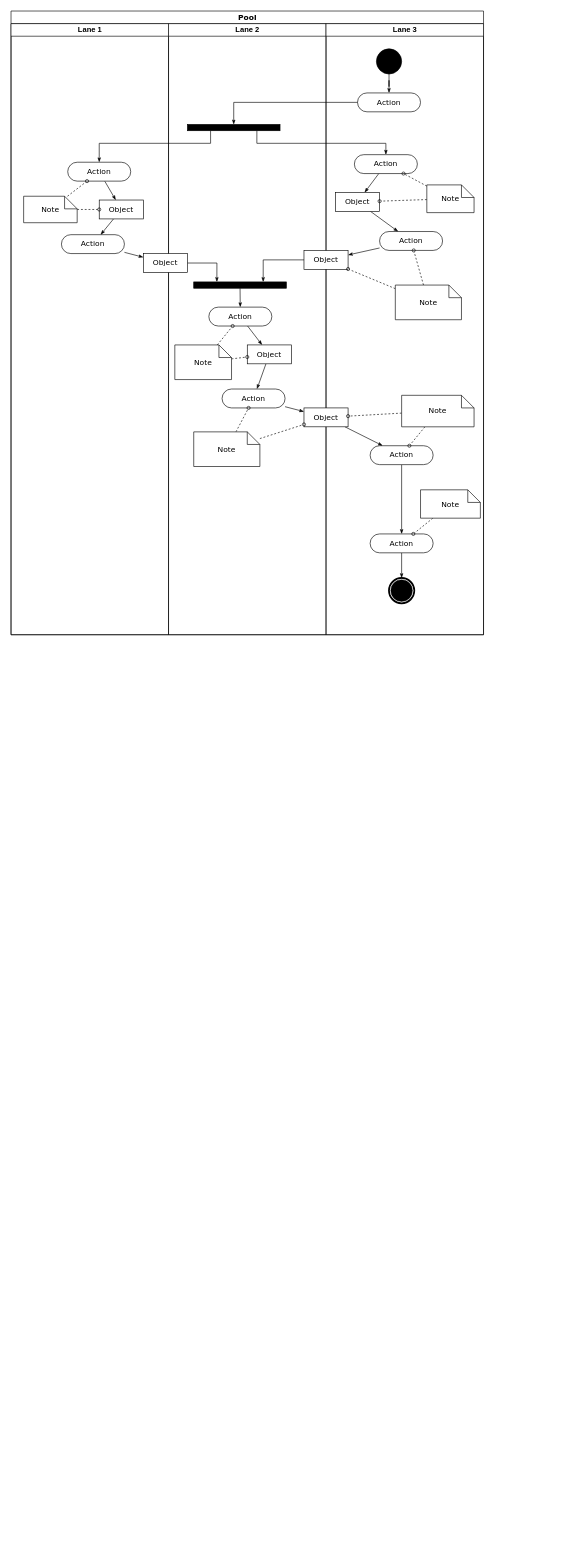
Above: resources/tj1.drawio in gxhslcww/scala (draw.io), before the change. Source tidied: cells renumbered, new cells numbered last; positions are measured from the earlier drawing's top-left corner, leaving out a move shared by most shapes. Both pictures are drawn from the tidied source at 63%, with x=0, y=0 at pixel (11, 11).
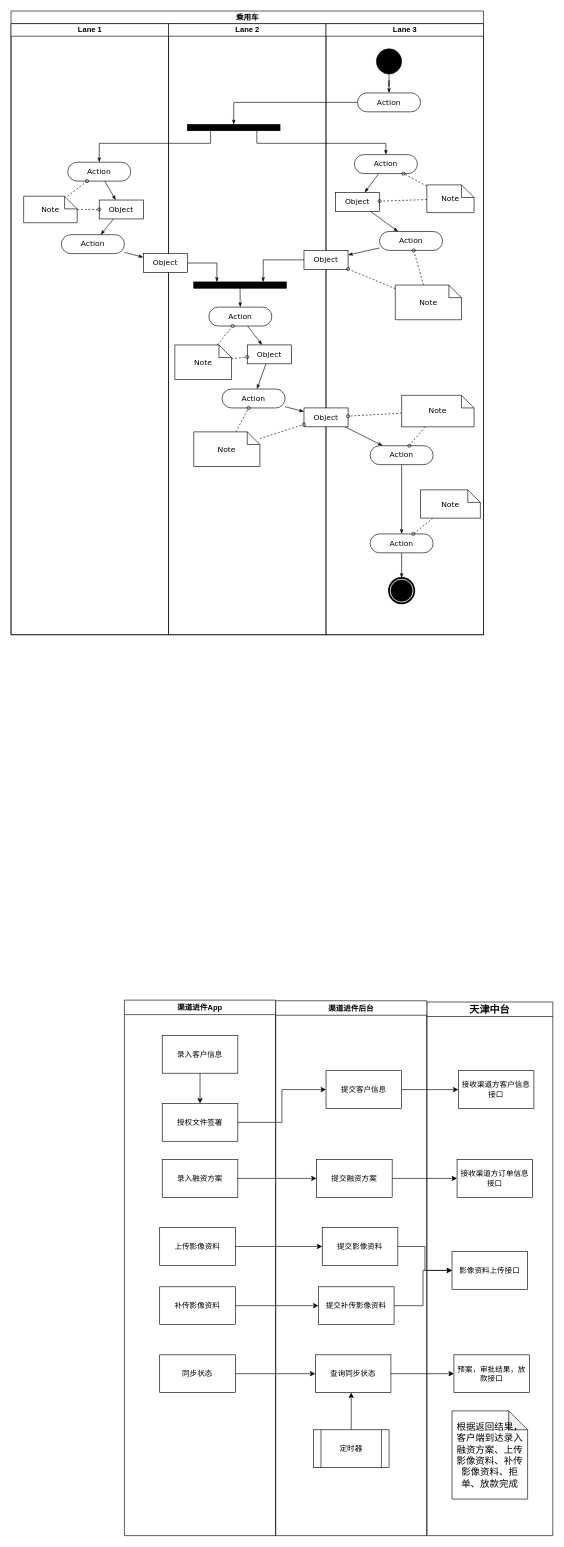
The same page after the edit.

The edit, as a diff of the source:
```diff
@@
-    <mxCell id="2" value="Pool" style="swimlane;html=1;startSize=20;rounded=0;shadow=0;comic=0;labelBackgroundColor=none;strokeWidth=1;fontFamily=Verdana;fontSize=12;align=center;" parent="1" vertex="1">
+    <mxCell id="2" value="乘用车" style="swimlane;html=1;startSize=20;rounded=0;shadow=0;comic=0;labelBackgroundColor=none;strokeWidth=1;fontFamily=Verdana;fontSize=12;align=center;" parent="1" vertex="1">
       <mxGeometry width="750" height="990" as="geometry" />
     </mxCell>
@@
+    <mxCell id="64" value="渠道进件App" style="swimlane;" parent="1" vertex="1">
+      <mxGeometry x="180" y="1570" width="240" height="850" as="geometry" />
+    </mxCell>
+    <mxCell id="65" style="edgeStyle=orthogonalEdgeStyle;rounded=0;jettySize=auto;html=1;" parent="64" edge="1" source="66" target="67">
+      <mxGeometry relative="1" as="geometry" />
+    </mxCell>
+    <mxCell id="66" value="录入客户信息" style="rounded=0;whiteSpace=wrap;html=1;" parent="64" vertex="1">
+      <mxGeometry x="60" y="56" width="120" height="60" as="geometry" />
+    </mxCell>
+    <mxCell id="67" value="授权文件签署" style="rounded=0;whiteSpace=wrap;html=1;" parent="64" vertex="1">
+      <mxGeometry x="60" y="164" width="120" height="60" as="geometry" />
+    </mxCell>
+    <mxCell id="68" value="同步状态" style="rounded=0;whiteSpace=wrap;html=1;" parent="64" vertex="1">
+      <mxGeometry x="56" y="563" width="120" height="60" as="geometry" />
+    </mxCell>
+    <mxCell id="69" value="录入融资方案" style="rounded=0;whiteSpace=wrap;html=1;" parent="64" vertex="1">
+      <mxGeometry x="60" y="253" width="120" height="60" as="geometry" />
+    </mxCell>
+    <mxCell id="70" value="上传影像资料" style="rounded=0;whiteSpace=wrap;html=1;" parent="64" vertex="1">
+      <mxGeometry x="56" y="361" width="120" height="60" as="geometry" />
+    </mxCell>
+    <mxCell id="71" value="补传影像资料" style="rounded=0;whiteSpace=wrap;html=1;" parent="64" vertex="1">
+      <mxGeometry x="56" y="455" width="120" height="60" as="geometry" />
+    </mxCell>
+    <mxCell id="72" value="天津中台" style="swimlane;verticalAlign=middle;fontSize=16;" parent="1" vertex="1">
+      <mxGeometry x="660" y="1573" width="200" height="847" as="geometry" />
+    </mxCell>
+    <mxCell id="73" value="接收渠道方客户信息接口" style="rounded=0;whiteSpace=wrap;html=1;" parent="72" vertex="1">
+      <mxGeometry x="50" y="109" width="120" height="60" as="geometry" />
+    </mxCell>
+    <mxCell id="74" value="预案，审批结果，放款接口" style="whiteSpace=wrap;html=1;" parent="72" vertex="1">
+      <mxGeometry x="43" y="560" width="120" height="60" as="geometry" />
+    </mxCell>
+    <mxCell id="75" value="接收渠道方订单信息接口" style="rounded=0;whiteSpace=wrap;html=1;" parent="72" vertex="1">
+      <mxGeometry x="48" y="250" width="120" height="60" as="geometry" />
+    </mxCell>
+    <mxCell id="76" value="影像资料上传接口" style="rounded=0;whiteSpace=wrap;html=1;" parent="72" vertex="1">
+      <mxGeometry x="40" y="396" width="120" height="60" as="geometry" />
+    </mxCell>
+    <mxCell id="77" value="根据返回结果，客户端到达录入融资方案、上传影像资料、补传影像资料、拒单、放款完成" style="shape=note;whiteSpace=wrap;html=1;backgroundOutline=1;darkOpacity=0.05;fontSize=15;verticalAlign=middle;" parent="72" vertex="1">
+      <mxGeometry x="40" y="649" width="120" height="140" as="geometry" />
+    </mxCell>
+    <mxCell id="78" value="渠道进件后台" style="swimlane;" parent="1" vertex="1">
+      <mxGeometry x="420" y="1571" width="240" height="849" as="geometry" />
+    </mxCell>
+    <mxCell id="79" value="提交客户信息" style="rounded=0;whiteSpace=wrap;html=1;" parent="78" vertex="1">
+      <mxGeometry x="80" y="111" width="120" height="60" as="geometry" />
+    </mxCell>
+    <mxCell id="80" value="定时器" style="shape=process;whiteSpace=wrap;html=1;backgroundOutline=1;" parent="78" vertex="1">
+      <mxGeometry x="60" y="681" width="120" height="60" as="geometry" />
+    </mxCell>
+    <mxCell id="81" value="查询同步状态" style="rounded=0;whiteSpace=wrap;html=1;" parent="78" vertex="1">
+      <mxGeometry x="63" y="562" width="120" height="60" as="geometry" />
+    </mxCell>
+    <mxCell id="82" style="edgeStyle=orthogonalEdgeStyle;rounded=0;jettySize=auto;html=1;" parent="78" edge="1" source="80" target="81">
+      <mxGeometry relative="1" as="geometry">
+        <Array as="points">
+          <mxPoint x="123" y="711" />
+        </Array>
+      </mxGeometry>
+    </mxCell>
+    <mxCell id="83" value="提交融资方案" style="rounded=0;whiteSpace=wrap;html=1;" parent="78" vertex="1">
+      <mxGeometry x="65" y="252" width="120" height="60" as="geometry" />
+    </mxCell>
+    <mxCell id="84" value="提交影像资料" style="rounded=0;whiteSpace=wrap;html=1;" parent="78" vertex="1">
+      <mxGeometry x="74" y="360" width="120" height="60" as="geometry" />
+    </mxCell>
+    <mxCell id="85" value="提交补传影像资料" style="rounded=0;whiteSpace=wrap;html=1;" parent="78" vertex="1">
+      <mxGeometry x="68" y="454" width="120" height="60" as="geometry" />
+    </mxCell>
+    <mxCell id="86" style="edgeStyle=orthogonalEdgeStyle;rounded=0;jettySize=auto;html=1;" parent="1" edge="1" source="67" target="79">
+      <mxGeometry relative="1" as="geometry" />
+    </mxCell>
+    <mxCell id="87" style="edgeStyle=orthogonalEdgeStyle;rounded=0;jettySize=auto;html=1;" parent="1" edge="1" source="79" target="73">
+      <mxGeometry relative="1" as="geometry" />
+    </mxCell>
+    <mxCell id="88" style="edgeStyle=orthogonalEdgeStyle;rounded=0;jettySize=auto;html=1;" parent="1" edge="1" source="68" target="81">
+      <mxGeometry relative="1" as="geometry" />
+    </mxCell>
+    <mxCell id="89" style="edgeStyle=orthogonalEdgeStyle;rounded=0;jettySize=auto;html=1;" parent="1" edge="1" source="81" target="74">
+      <mxGeometry relative="1" as="geometry" />
+    </mxCell>
+    <mxCell id="90" style="edgeStyle=orthogonalEdgeStyle;rounded=0;jettySize=auto;html=1;" parent="1" edge="1" source="69" target="83">
+      <mxGeometry relative="1" as="geometry" />
+    </mxCell>
+    <mxCell id="91" style="edgeStyle=orthogonalEdgeStyle;rounded=0;jettySize=auto;html=1;" parent="1" edge="1" source="83" target="75">
+      <mxGeometry relative="1" as="geometry" />
+    </mxCell>
+    <mxCell id="92" style="edgeStyle=orthogonalEdgeStyle;rounded=0;jettySize=auto;html=1;" parent="1" edge="1" source="70" target="84">
+      <mxGeometry relative="1" as="geometry" />
+    </mxCell>
+    <mxCell id="93" style="edgeStyle=orthogonalEdgeStyle;rounded=0;jettySize=auto;html=1;" parent="1" edge="1" source="84" target="76">
+      <mxGeometry relative="1" as="geometry" />
+    </mxCell>
+    <mxCell id="94" style="edgeStyle=orthogonalEdgeStyle;rounded=0;jettySize=auto;html=1;" parent="1" edge="1" source="71" target="85">
+      <mxGeometry relative="1" as="geometry" />
+    </mxCell>
+    <mxCell id="95" style="edgeStyle=orthogonalEdgeStyle;rounded=0;jettySize=auto;html=1;" parent="1" edge="1" source="85" target="76">
+      <mxGeometry relative="1" as="geometry" />
+    </mxCell>
```
